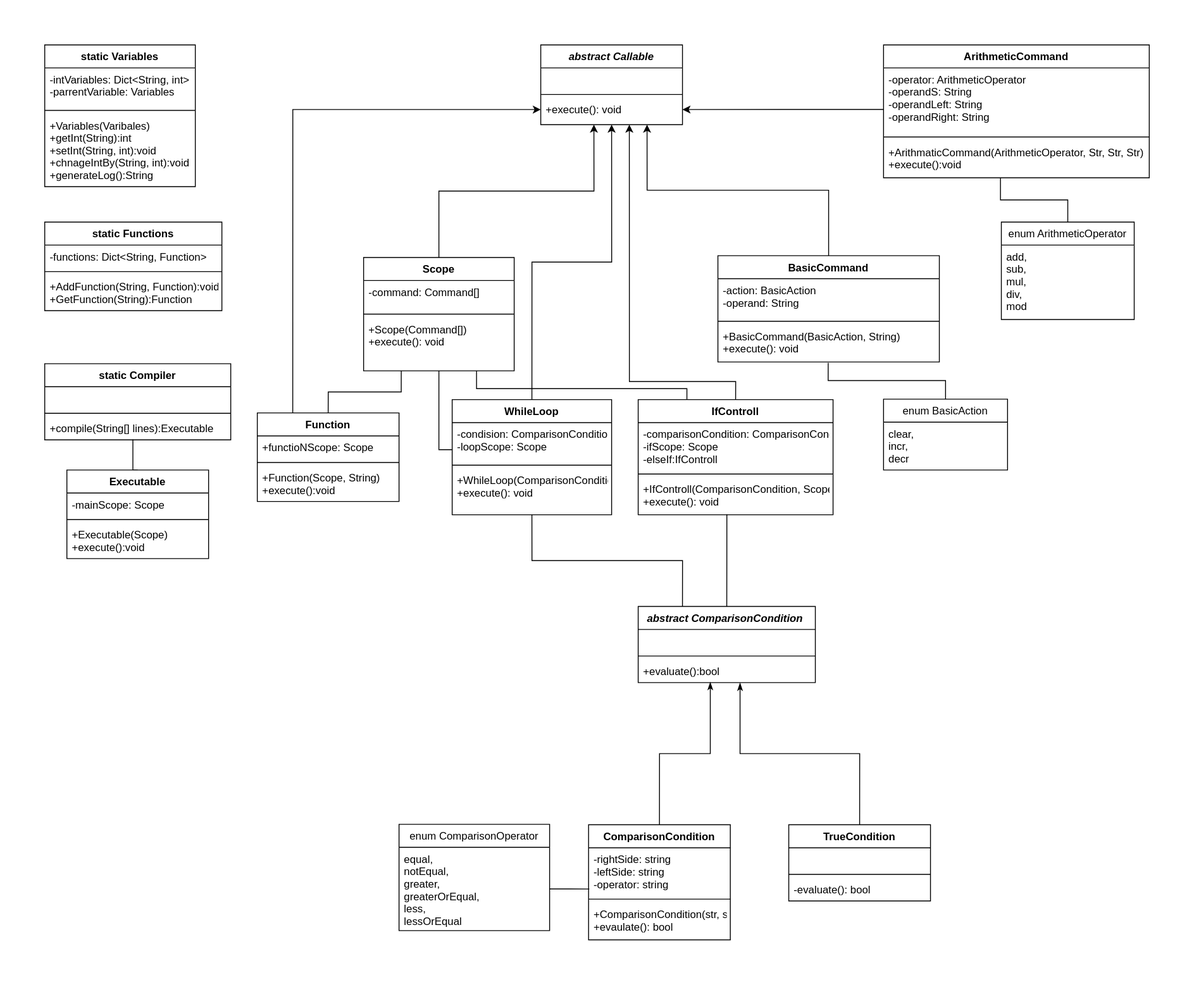
The draw.io diagram BoneWithFleshInterpreter/documentation/uml.svg in mnokno/SpaceCadets, before a commit. Source tidied: cells renumbered, new cells last; positions are measured from the earlier drawing's top-left corner, leaving out a move shared by most shapes.
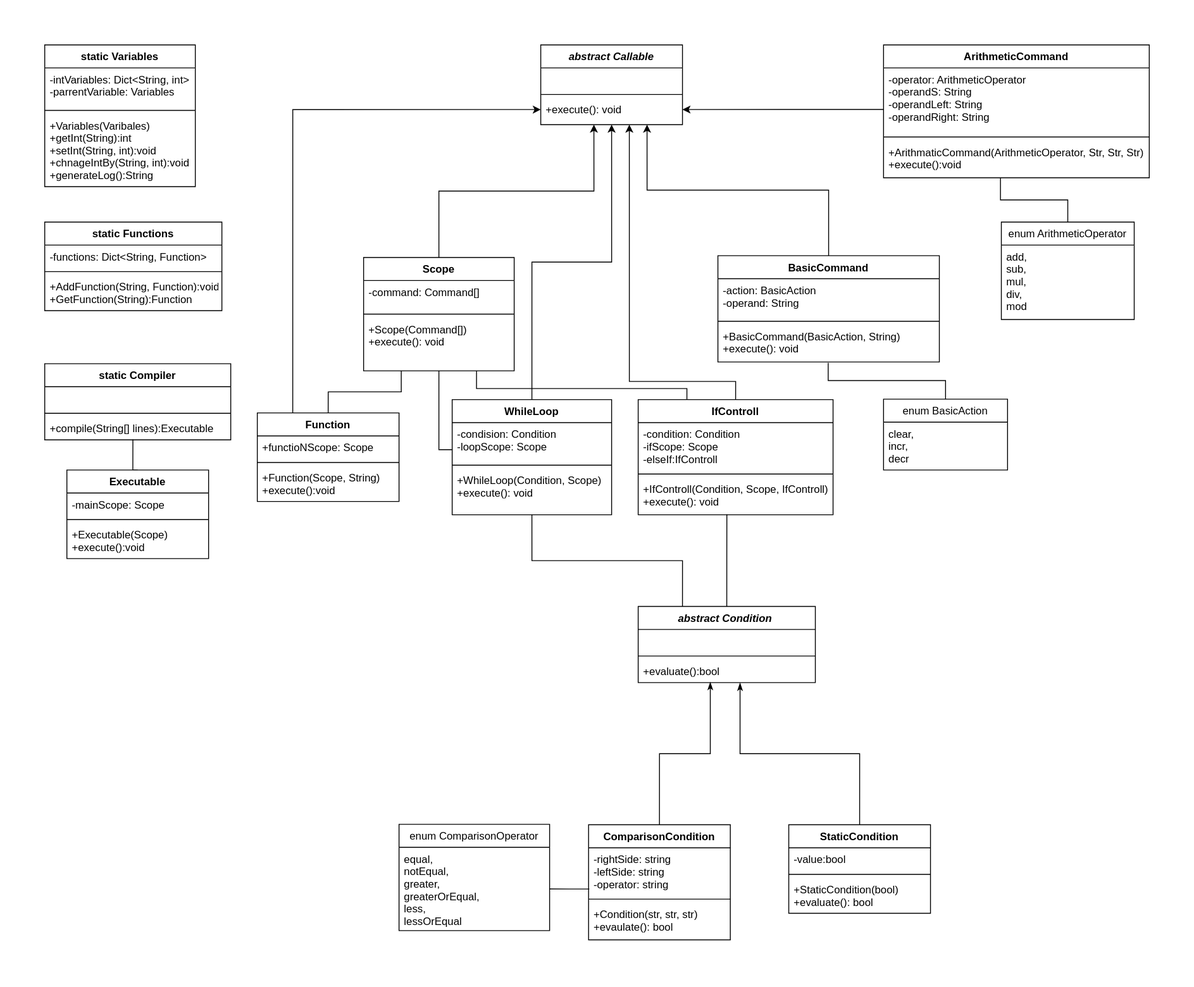
The same file after the commit.

The edit, as a diff of the source:
```diff
@@ -176,17 +176,17 @@
     <mxCell id="53" style="edgeStyle=orthogonalEdgeStyle;rounded=0;jettySize=auto;html=1;exitX=0.5;exitY=0;exitDx=0;exitDy=0;entryX=0.575;entryY=1.008;entryDx=0;entryDy=0;entryPerimeter=0;endArrow=classicThin;endFill=1;" parent="1" edge="1" source="54" target="63">
       <mxGeometry relative="1" as="geometry" />
     </mxCell>
-    <mxCell id="54" value="TrueCondition" style="swimlane;fontStyle=1;align=center;verticalAlign=top;horizontal=1;startSize=26;" parent="1" vertex="1">
-      <mxGeometry x="840" y="880.5" width="160" height="86" as="geometry" />
+    <mxCell id="54" value="StaticCondition" style="swimlane;fontStyle=1;align=center;verticalAlign=top;horizontal=1;startSize=26;" parent="1" vertex="1">
+      <mxGeometry x="840" y="880.5" width="160" height="100" as="geometry" />
     </mxCell>
-    <mxCell id="55" value="  " style="text;strokeColor=none;fillColor=none;align=left;verticalAlign=top;spacingLeft=4;spacingRight=4;overflow=hidden;" parent="54" vertex="1">
+    <mxCell id="55" value="-value:bool" style="text;strokeColor=none;fillColor=none;align=left;verticalAlign=top;spacingLeft=4;spacingRight=4;overflow=hidden;" parent="54" vertex="1">
       <mxGeometry y="26" width="160" height="26" as="geometry" />
     </mxCell>
     <mxCell id="56" style="line;strokeWidth=1;fillColor=none;align=left;verticalAlign=middle;spacingTop=-1;spacingLeft=3;spacingRight=3;labelPosition=right;strokeColor=inherit;" parent="54" vertex="1">
       <mxGeometry y="52" width="160" height="8" as="geometry" />
     </mxCell>
-    <mxCell id="57" value="-evaluate(): bool " style="text;strokeColor=none;fillColor=none;align=left;verticalAlign=top;spacingLeft=4;spacingRight=4;overflow=hidden;" parent="54" vertex="1">
-      <mxGeometry y="60" width="160" height="26" as="geometry" />
+    <mxCell id="57" value="+StaticCondition(bool)&#10;+evaluate(): bool " style="text;strokeColor=none;fillColor=none;align=left;verticalAlign=top;spacingLeft=4;spacingRight=4;overflow=hidden;" parent="54" vertex="1">
+      <mxGeometry y="60" width="160" height="40" as="geometry" />
     </mxCell>
     <mxCell id="58" style="edgeStyle=orthogonalEdgeStyle;rounded=0;jettySize=auto;html=1;exitX=0.25;exitY=0;exitDx=0;exitDy=0;entryX=0.5;entryY=1;entryDx=0;entryDy=0;endArrow=none;endFill=0;" parent="1" edge="1" source="60" target="16">
       <mxGeometry relative="1" as="geometry" />
```
